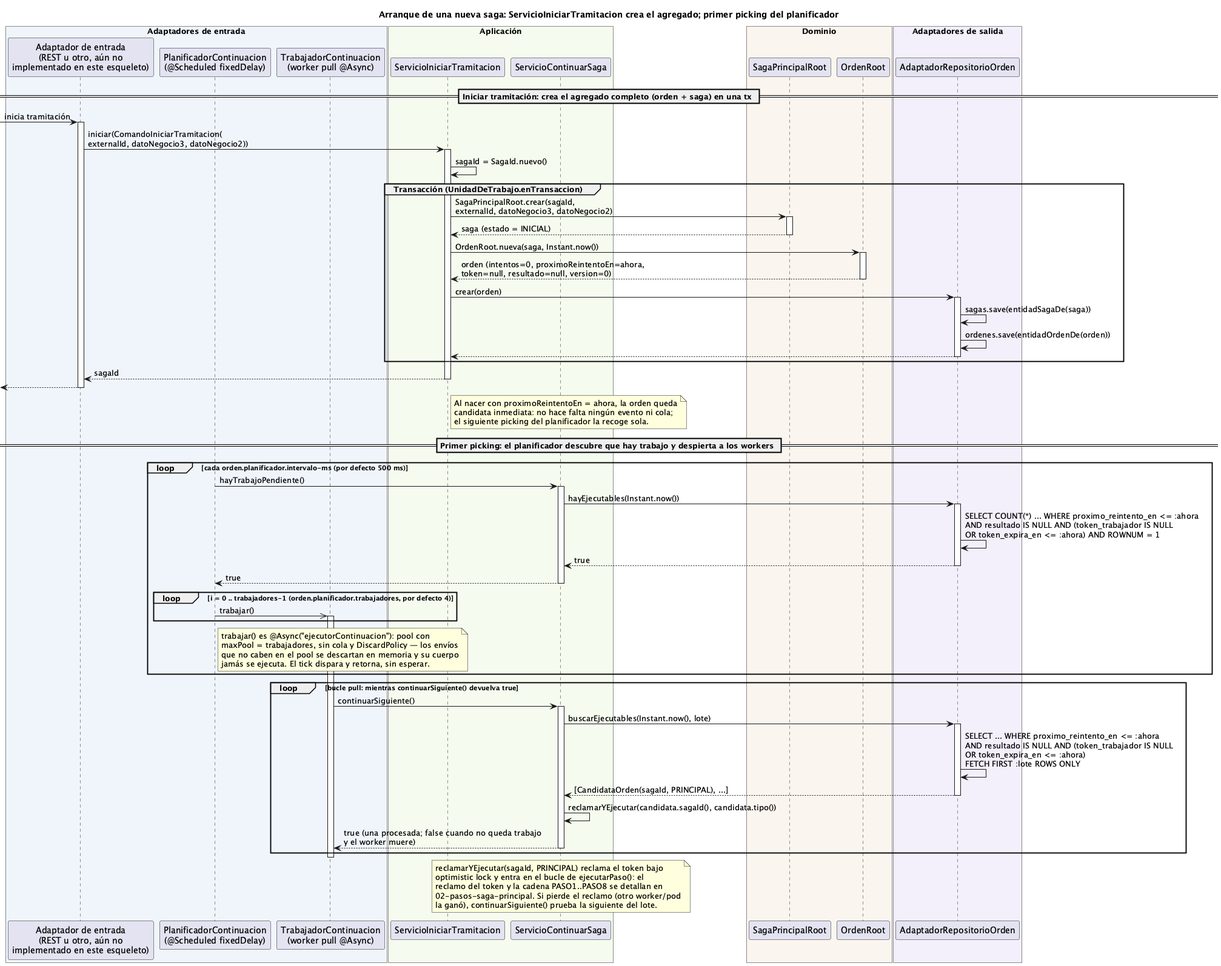
This is order-manager/docs/01-arranque-saga-nueva.png from ralcazar/patrones, a PlantUML export, as it was before one commit.
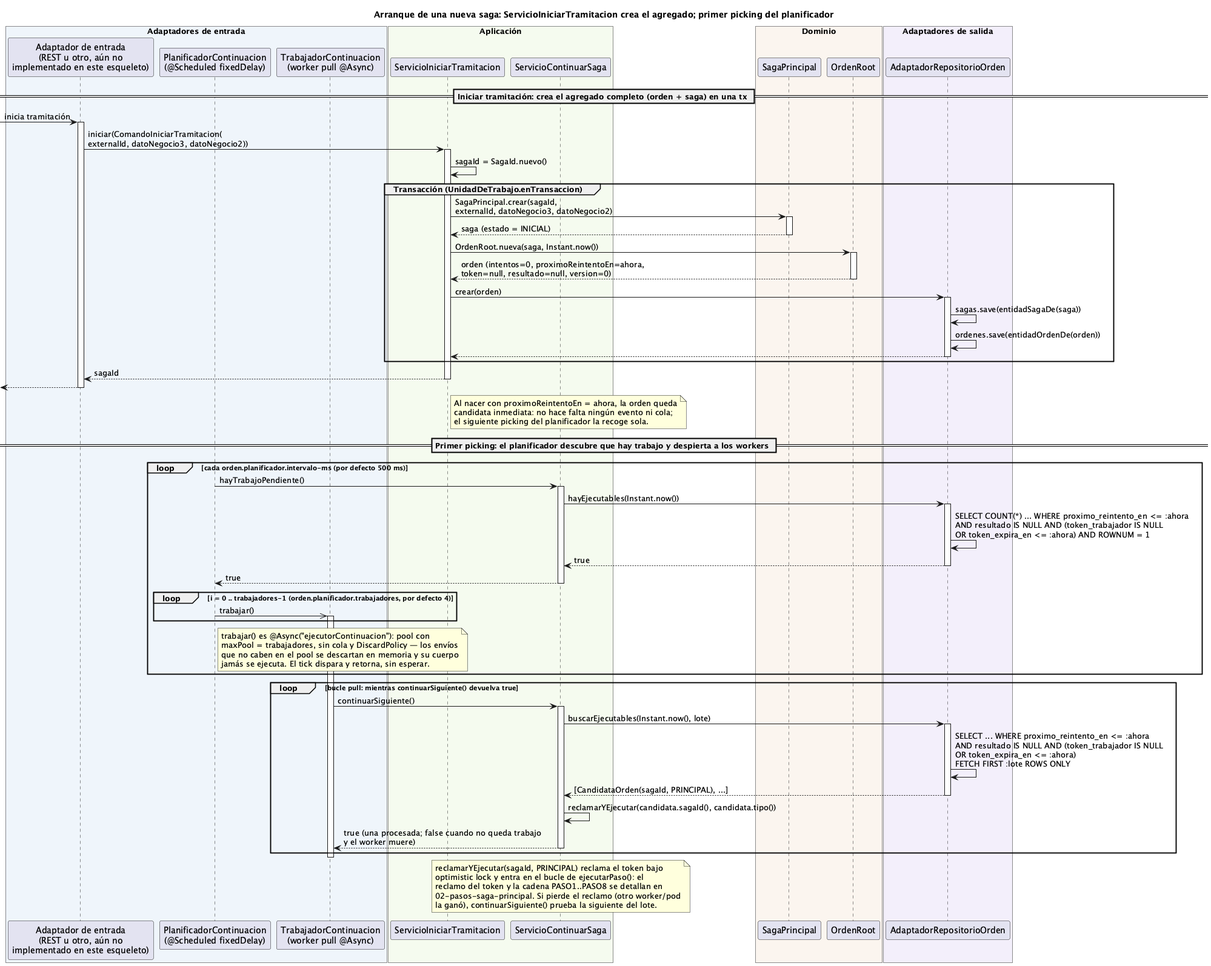
Later version of the same file.

What changed in the source:
```diff
@@ -11,7 +11,7 @@
   participant "ServicioContinuarSaga" as CONT
 end box
 box "Dominio" #FBF5EF
-  participant "SagaPrincipalRoot" as SAGA
+  participant "SagaPrincipal" as SAGA
   participant "OrdenRoot" as ORDEN
 end box
 box "Adaptadores de salida" #F3EFFB
@@ -25,7 +25,7 @@
 INICIAR -> INICIAR : sagaId = SagaId.nuevo()
 
 group Transacción (UnidadDeTrabajo.enTransaccion)
-  INICIAR -> SAGA ++ : SagaPrincipalRoot.crear(sagaId,\nexternalId, datoNegocio3, datoNegocio2)
+  INICIAR -> SAGA ++ : SagaPrincipal.crear(sagaId,\nexternalId, datoNegocio3, datoNegocio2)
   return saga (estado = INICIAL)
   INICIAR -> ORDEN ++ : OrdenRoot.nueva(saga, Instant.now())
   return orden (intentos=0, proximoReintentoEn=ahora,\ntoken=null, resultado=null, version=0)
```
